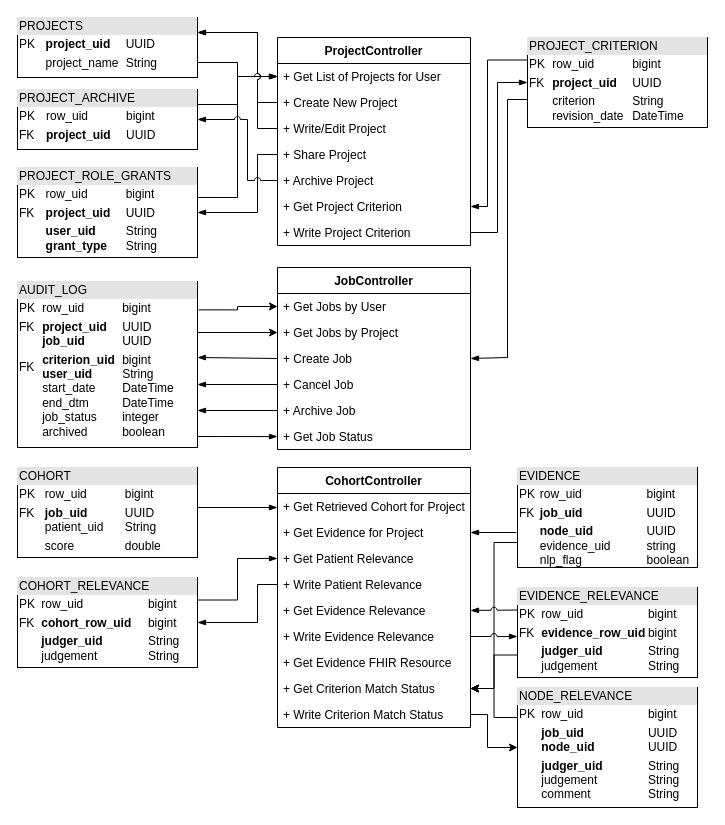
The draw.io diagram page "Middlware - Data Flow" (4 of 4) of cat-arch.drawio in OHNLP/impact-documentation, before the edit. Source tidied: cells renumbered, new cells numbered last; positions are measured from the earlier drawing's top-left corner, leaving out a move shared by most shapes. Both pictures are drawn from the tidied source at 100%, with x=0, y=0 at pixel (17, 17).
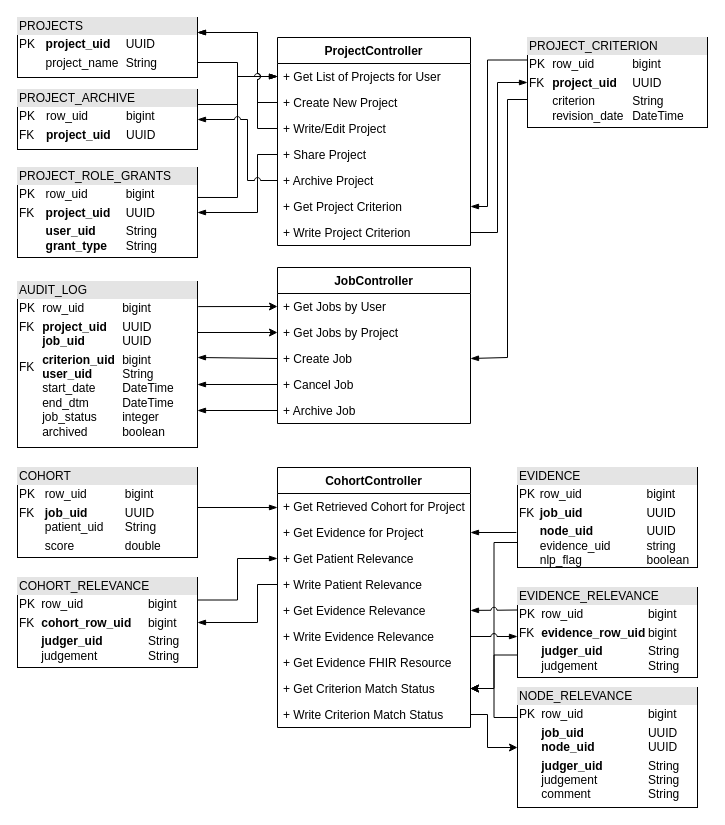
The same page after the edit.

Commit message (it also covers changes not shown here):
Job Status is in returned job list already. Update OpenAPI Spec

The change refers to these unchanged cells:
```xml
<mxCell id="25" value="+ Get Jobs by User" style="text;strokeColor=none;fillColor=none;align=left;verticalAlign=top;spacingLeft=4;spacingRight=4;overflow=hidden;points=[[0,0.5],[1,0.5]];portConstraint=eastwest;fontColor=#000000;" parent="24" vertex="1">
  <mxGeometry y="26" width="193" height="26" as="geometry" />
</mxCell>
<mxCell id="33" value="&lt;div style=&quot;box-sizing:border-box;width:100%;background:#e4e4e4;padding:2px;&quot;&gt;AUDIT_LOG&lt;/div&gt;&lt;table style=&quot;width:100%;font-size:1em;&quot; cellpadding=&quot;2&quot; cellspacing=&quot;0&quot;&gt;&lt;tbody&gt;&lt;tr&gt;&lt;td&gt;PK&lt;/td&gt;&lt;td&gt;row_uid&lt;span style=&quot;white-space: pre;&quot;&gt;&#9;&lt;/span&gt;&lt;span style=&quot;white-space: pre;&quot;&gt;&#9;&lt;/span&gt;bigint&lt;/td&gt;&lt;/tr&gt;&lt;tr&gt;&lt;td&gt;FK&lt;br&gt;&lt;br&gt;&lt;/td&gt;&lt;td&gt;&lt;b&gt;project_uid&lt;span style=&quot;white-space: pre;&quot;&gt;&#9;&lt;/span&gt;&lt;/b&gt;UUID&lt;br&gt;&lt;b&gt;job_uid&lt;/b&gt;&lt;span style=&quot;font-weight: bold; white-space: pre;&quot;&gt;&#9;&lt;/span&gt;&lt;span style=&quot;font-weight: bold; white-space: pre;&quot;&gt;&#9;&lt;/span&gt;UUID&lt;/td&gt;&lt;/tr&gt;&lt;tr&gt;&lt;td&gt;FK&lt;br&gt;&lt;br&gt;&lt;br&gt;&lt;br&gt;&lt;br&gt;&lt;/td&gt;&lt;td&gt;&lt;b&gt;criterion_uid&lt;span style=&quot;white-space: pre;&quot;&gt;&#9;&lt;/span&gt;&lt;/b&gt;bigint&lt;br&gt;&lt;b&gt;user_uid&lt;span style=&quot;white-space: pre;&quot;&gt;&#9;&lt;/span&gt;&lt;span style=&quot;white-space: pre;&quot;&gt;&#9;&lt;/span&gt;&lt;/b&gt;String&lt;br&gt;start_date&lt;span style=&quot;white-space: pre;&quot;&gt;&#9;&lt;/span&gt;DateTime&lt;br&gt;end_dtm&lt;span style=&quot;white-space: pre;&quot;&gt;&#9;&lt;/span&gt;&lt;span style=&quot;white-space: pre;&quot;&gt;&#9;&lt;/span&gt;DateTime&lt;br&gt;job_status&lt;span style=&quot;white-space: pre;&quot;&gt;&#9;&lt;/span&gt;integer&lt;br&gt;archived&lt;span style=&quot;white-space: pre;&quot;&gt;&#9;&lt;/span&gt;&lt;span style=&quot;white-space: pre;&quot;&gt;&#9;&lt;/span&gt;boolean&lt;/td&gt;&lt;/tr&gt;&lt;/tbody&gt;&lt;/table&gt;" style="verticalAlign=top;align=left;overflow=fill;html=1;fontColor=#000000;" parent="1" vertex="1">
  <mxGeometry y="264" width="180" height="166" as="geometry" />
</mxCell>
```

What changed in the source:
```diff
@@
     <mxCell id="24" value="JobController" style="swimlane;fontStyle=1;align=center;verticalAlign=top;horizontal=1;startSize=26;fontColor=#000000;" parent="1" vertex="1">
-      <mxGeometry x="260" y="250" width="193" height="182" as="geometry" />
+      <mxGeometry x="260" y="250" width="193" height="156" as="geometry" />
     </mxCell>
@@
-    <mxCell id="30" value="+ Get Job Status" style="text;strokeColor=none;fillColor=none;align=left;verticalAlign=top;spacingLeft=4;spacingRight=4;overflow=hidden;points=[[0,0.5],[1,0.5]];portConstraint=eastwest;fontColor=#000000;" parent="24" vertex="1">
-      <mxGeometry y="156" width="193" height="26" as="geometry" />
-    </mxCell>
@@
-    <mxCell id="32" style="edgeStyle=orthogonalEdgeStyle;rounded=0;jettySize=auto;html=1;exitX=1.006;exitY=0.171;exitDx=0;exitDy=0;entryX=0;entryY=0.5;entryDx=0;entryDy=0;exitPerimeter=0;" parent="1" edge="1" source="33" target="25">
-      <mxGeometry relative="1" as="geometry" />
+    <mxCell id="32" style="edgeStyle=orthogonalEdgeStyle;rounded=0;jettySize=auto;html=1;exitX=0.994;exitY=0.151;exitDx=0;exitDy=0;entryX=0;entryY=0.5;entryDx=0;entryDy=0;exitPerimeter=0;" parent="1" edge="1" source="33" target="25">
+      <mxGeometry relative="1" as="geometry">
+        <Array as="points">
+          <mxPoint x="181" y="289" />
+          <mxPoint x="220" y="289" />
+        </Array>
+      </mxGeometry>
     </mxCell>
@@
-    <mxCell id="37" style="edgeStyle=orthogonalEdgeStyle;rounded=0;jumpStyle=arc;jettySize=auto;html=1;fontColor=#000000;startArrow=none;startFill=0;endArrow=blockThin;endFill=1;entryX=0;entryY=0.5;entryDx=0;entryDy=0;" parent="1" edge="1" target="30">
-      <mxGeometry relative="1" as="geometry">
-        <mxPoint x="180" y="419" as="sourcePoint" />
-      </mxGeometry>
-    </mxCell>
```
